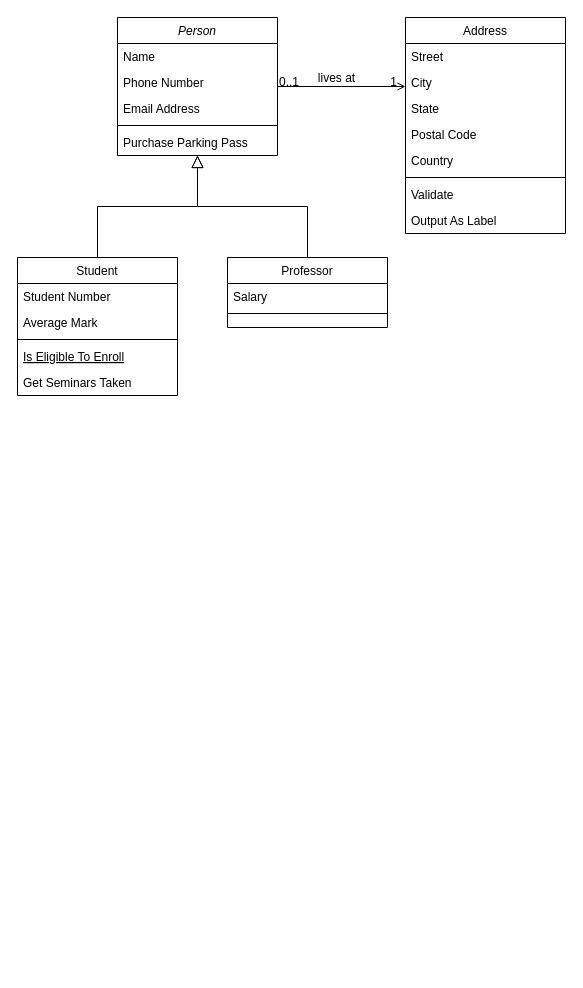
The draw.io diagram Untitled Diagram.drawio in ChenYiQing/UE4_Learning, before the edit. Source tidied: cells renumbered, new cells numbered last; positions are measured from the earlier drawing's top-left corner, leaving out a move shared by most shapes. Both pictures are drawn from the tidied source at 100%, with x=0, y=0 at pixel (17, 17).
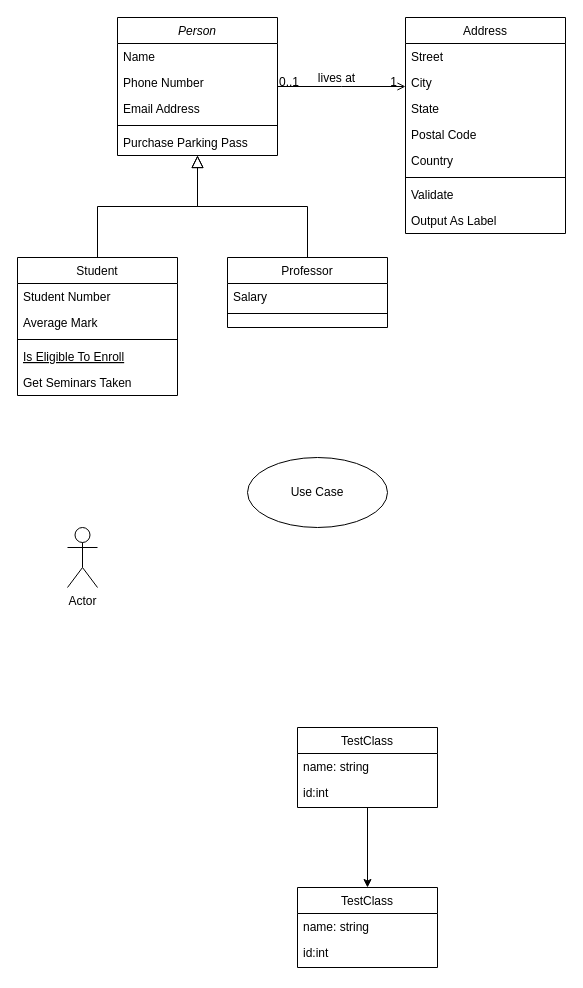
The same page after the edit.

Change to the diagram source:
```diff
@@
+    <mxCell id="32" style="edgeStyle=orthogonalEdgeStyle;rounded=0;jettySize=auto;html=1;" parent="1" edge="1" source="33" target="36">
+      <mxGeometry relative="1" as="geometry" />
+    </mxCell>
+    <mxCell id="33" value="TestClass" style="swimlane;fontStyle=0;horizontal=1;startSize=26;fillColor=none;" parent="1" vertex="1">
+      <mxGeometry x="280" y="710" width="140" height="80" as="geometry" />
+    </mxCell>
+    <mxCell id="34" value="name: string" style="text;strokeColor=none;fillColor=none;align=left;verticalAlign=top;spacingLeft=4;spacingRight=4;overflow=hidden;" parent="33" vertex="1">
+      <mxGeometry y="26" width="140" height="26" as="geometry" />
+    </mxCell>
+    <mxCell id="35" value="id:int" style="text;strokeColor=none;fillColor=none;align=left;verticalAlign=top;spacingLeft=4;spacingRight=4;overflow=hidden;" parent="33" vertex="1">
+      <mxGeometry y="52" width="140" height="28" as="geometry" />
+    </mxCell>
+    <mxCell id="36" value="TestClass" style="swimlane;fontStyle=0;horizontal=1;startSize=26;fillColor=none;" parent="1" vertex="1">
+      <mxGeometry x="280" y="870" width="140" height="80" as="geometry" />
+    </mxCell>
+    <mxCell id="37" value="name: string" style="text;strokeColor=none;fillColor=none;align=left;verticalAlign=top;spacingLeft=4;spacingRight=4;overflow=hidden;" parent="36" vertex="1">
+      <mxGeometry y="26" width="140" height="26" as="geometry" />
+    </mxCell>
+    <mxCell id="38" value="id:int" style="text;strokeColor=none;fillColor=none;align=left;verticalAlign=top;spacingLeft=4;spacingRight=4;overflow=hidden;" parent="36" vertex="1">
+      <mxGeometry y="52" width="140" height="28" as="geometry" />
+    </mxCell>
+    <mxCell id="39" value="Actor" style="shape=umlActor;verticalLabelPosition=bottom;verticalAlign=top;html=1;" parent="1" vertex="1">
+      <mxGeometry x="50" y="510" width="30" height="60" as="geometry" />
+    </mxCell>
+    <mxCell id="40" value="Use Case" style="ellipse;whiteSpace=wrap;html=1;" parent="1" vertex="1">
+      <mxGeometry x="230" y="440" width="140" height="70" as="geometry" />
+    </mxCell>
```
